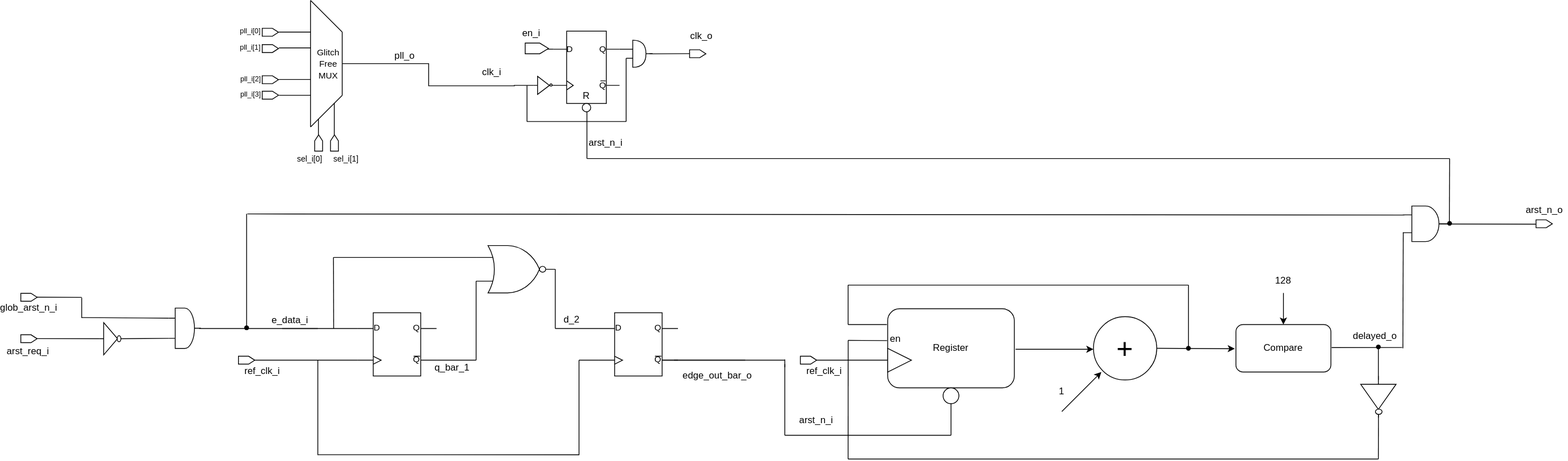
This is docs/Microarchitecture_CRG.svg from foez-ahmed-dsi/CRG_20240212, a draw.io export, as it was before one commit. Source tidied: cells renumbered, new cells last; positions are measured from the earlier drawing's top-left corner, leaving out a move shared by most shapes.
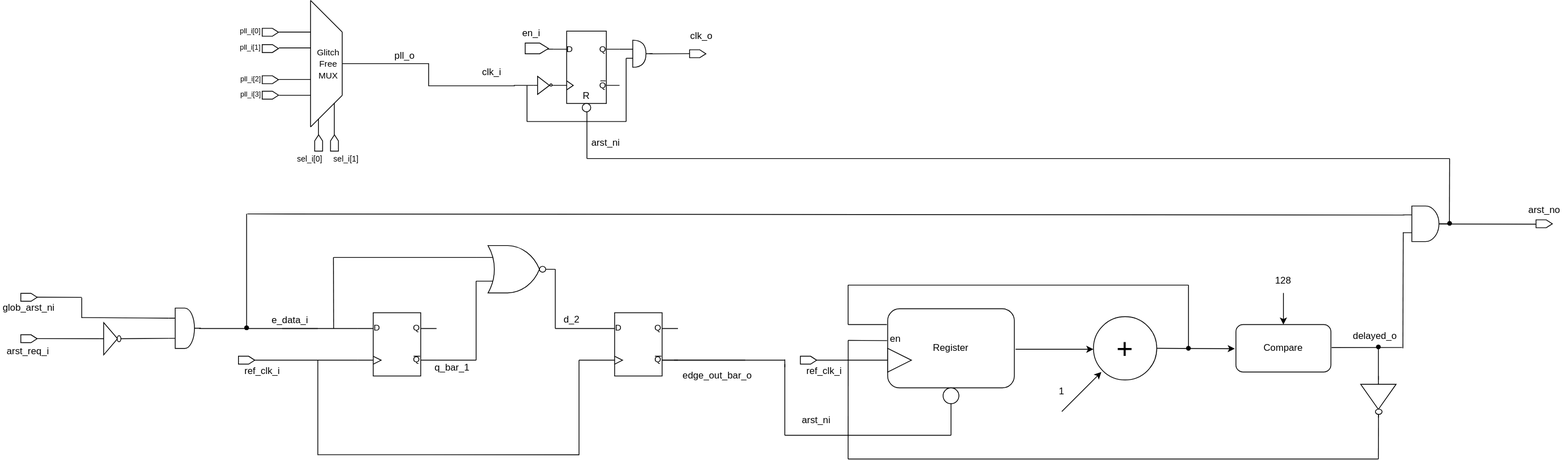
After the change.

What changed in the source:
```diff
@@ -43,7 +43,7 @@
     <mxCell id="9" style="shape=offPageConnector;whiteSpace=wrap;html=1;rotation=-90;" parent="2" vertex="1">
       <mxGeometry x="1940.2" y="272.2" width="10" height="20.6" as="geometry" />
     </mxCell>
-    <mxCell id="10" value="arst_n_o" style="text;html=1;strokeColor=none;fillColor=none;align=center;verticalAlign=middle;whiteSpace=wrap;rounded=0;" parent="2" vertex="1">
+    <mxCell id="10" value="arst_no" style="text;html=1;strokeColor=none;fillColor=none;align=center;verticalAlign=middle;whiteSpace=wrap;rounded=0;" parent="2" vertex="1">
       <mxGeometry x="1915.7" y="250" width="60" height="30" as="geometry" />
     </mxCell>
     <mxCell id="11" style="shape=waypoint;sketch=0;size=6;fillColor=none;perimeter=centerPerimeter;" parent="2" vertex="1">
@@ -525,13 +525,13 @@
     <mxCell id="117" value="en_i" style="text;html=1;strokeColor=none;fillColor=none;align=center;verticalAlign=middle;whiteSpace=wrap;rounded=0;" parent="2" vertex="1">
       <mxGeometry x="635.7" y="27.2" width="60" height="30" as="geometry" />
     </mxCell>
-    <mxCell id="118" value="arst_n_i" style="text;html=1;strokeColor=none;fillColor=none;align=center;verticalAlign=middle;whiteSpace=wrap;rounded=0;" parent="2" vertex="1">
+    <mxCell id="118" value="arst_ni" style="text;html=1;strokeColor=none;fillColor=none;align=center;verticalAlign=middle;whiteSpace=wrap;rounded=0;" parent="2" vertex="1">
       <mxGeometry x="729.8" y="165.3" width="60" height="30" as="geometry" />
     </mxCell>
     <mxCell id="119" value="clk_i" style="text;html=1;strokeColor=none;fillColor=none;align=center;verticalAlign=middle;whiteSpace=wrap;rounded=0;" parent="2" vertex="1">
       <mxGeometry x="585.7" y="75.6" width="60" height="30" as="geometry" />
     </mxCell>
-    <mxCell id="120" value="arst_n_i" style="text;html=1;strokeColor=none;fillColor=none;align=center;verticalAlign=middle;whiteSpace=wrap;rounded=0;" parent="2" vertex="1">
+    <mxCell id="120" value="arst_ni" style="text;html=1;strokeColor=none;fillColor=none;align=center;verticalAlign=middle;whiteSpace=wrap;rounded=0;" parent="2" vertex="1">
       <mxGeometry x="995.7" y="516" width="60" height="30" as="geometry" />
     </mxCell>
     <mxCell id="121" value="delayed_o" style="text;html=1;align=center;verticalAlign=middle;whiteSpace=wrap;rounded=0;" parent="2" vertex="1">
@@ -549,7 +549,7 @@
     <mxCell id="125" value="arst_req_i" style="text;html=1;align=center;verticalAlign=middle;whiteSpace=wrap;rounded=0;" parent="2" vertex="1">
       <mxGeometry y="428.2" width="60" height="31.8" as="geometry" />
     </mxCell>
-    <mxCell id="126" value="glob_arst_n_i" style="text;html=1;align=center;verticalAlign=middle;whiteSpace=wrap;rounded=0;" parent="2" vertex="1">
+    <mxCell id="126" value="glob_arst_ni" style="text;html=1;align=center;verticalAlign=middle;whiteSpace=wrap;rounded=0;" parent="2" vertex="1">
       <mxGeometry x="0.7" y="374" width="60" height="30" as="geometry" />
     </mxCell>
     <mxCell id="127" value="pll_o" style="text;html=1;strokeColor=none;fillColor=none;align=center;verticalAlign=middle;whiteSpace=wrap;rounded=0;" parent="2" vertex="1">
```
